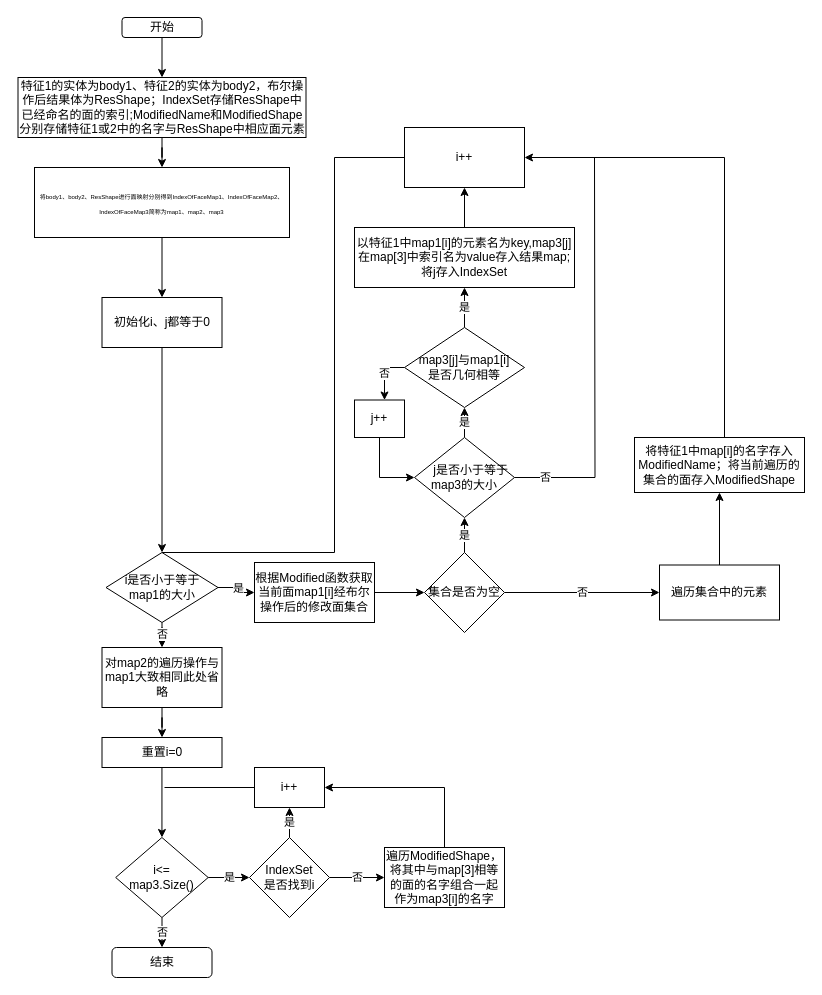
The draw.io diagram 属性传递机制.drawio in liuhuliuhu123/First-test, before the edit. Source tidied: cells renumbered, new cells numbered last; positions are measured from the earlier drawing's top-left corner, leaving out a move shared by most shapes. Both pictures are drawn from the tidied source at 100%, with x=0, y=0 at pixel (18, 17).
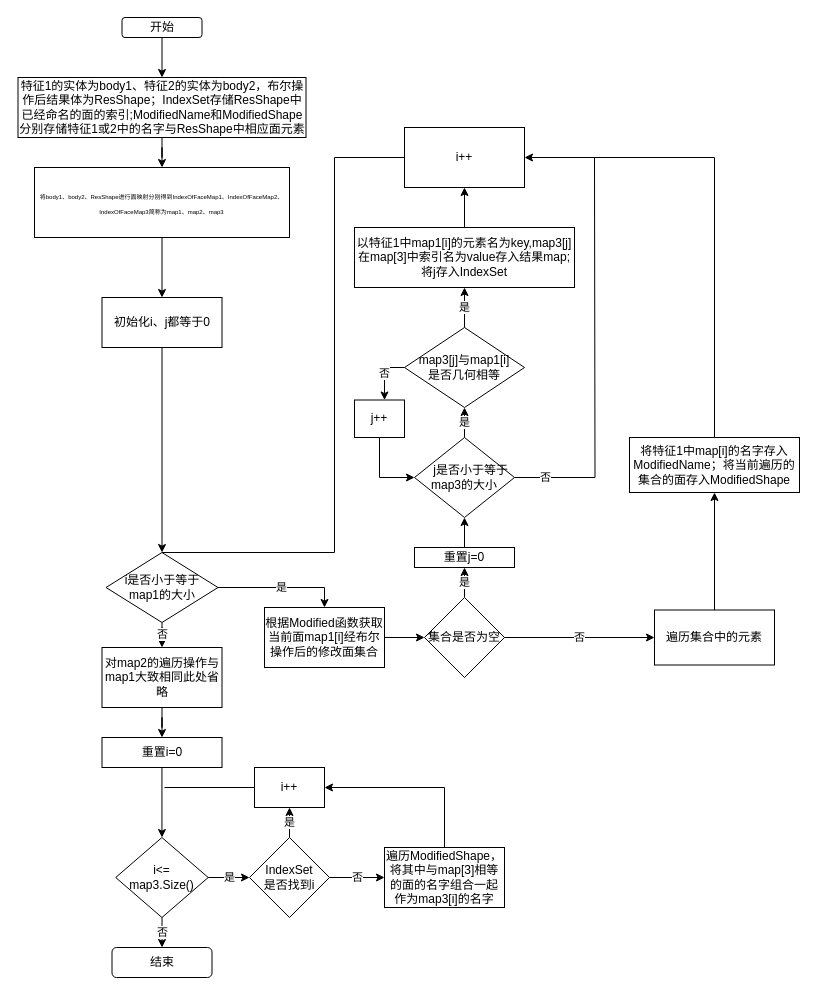
The same page after the edit.

Commit message:
更新属性传递机制.drawio

Unchanged cells that the change refers to:
```xml
<mxCell id="8" value="i是否小于等于&lt;br&gt;map1的大小" style="rhombus;whiteSpace=wrap;html=1;" parent="1" vertex="1">
  <mxGeometry x="87.5" y="535" width="112" height="70" as="geometry" />
</mxCell>
<mxCell id="21" value="i++" style="rounded=0;whiteSpace=wrap;html=1;" parent="1" vertex="1">
  <mxGeometry x="386" y="110" width="120" height="60" as="geometry" />
</mxCell>
<mxCell id="23" value="&amp;nbsp; &amp;nbsp; j是否小于等于&lt;br&gt;map3的大小" style="rhombus;whiteSpace=wrap;html=1;" parent="1" vertex="1">
  <mxGeometry x="396" y="420" width="100" height="80" as="geometry" />
</mxCell>
```

Diff of the diagram source:
```diff
@@
-    <mxCell id="7" value="是" style="edgeStyle=orthogonalEdgeStyle;rounded=0;jettySize=auto;html=1;entryX=0;entryY=0.5;entryDx=0;entryDy=0;" parent="1" edge="1" source="8" target="13">
+    <mxCell id="7" value="是" style="edgeStyle=orthogonalEdgeStyle;rounded=0;jettySize=auto;html=1;entryX=0.5;entryY=0;entryDx=0;entryDy=0;" parent="1" edge="1" source="8" target="13">
       <mxGeometry relative="1" as="geometry" />
     </mxCell>
@@
     <mxCell id="13" value="根据Modified函数获取当前面map1[i]经布尔操作后的修改面集合" style="rounded=0;whiteSpace=wrap;html=1;" parent="1" vertex="1">
-      <mxGeometry x="236" y="545" width="120" height="60" as="geometry" />
+      <mxGeometry x="246" y="590" width="120" height="60" as="geometry" />
     </mxCell>
@@
-    <mxCell id="15" value="是" style="edgeStyle=orthogonalEdgeStyle;rounded=0;jettySize=auto;html=1;entryX=0.5;entryY=1;entryDx=0;entryDy=0;" parent="1" edge="1" source="16" target="23">
+    <mxCell id="15" value="是" style="edgeStyle=orthogonalEdgeStyle;rounded=0;jettySize=auto;html=1;entryX=0.5;entryY=1;entryDx=0;entryDy=0;" parent="1" edge="1" source="16" target="52">
       <mxGeometry relative="1" as="geometry" />
     </mxCell>
     <mxCell id="16" value="集合是否为空" style="rhombus;whiteSpace=wrap;html=1;" parent="1" vertex="1">
-      <mxGeometry x="406" y="535" width="80" height="80" as="geometry" />
+      <mxGeometry x="406" y="580" width="80" height="80" as="geometry" />
     </mxCell>
@@
     <mxCell id="18" value="遍历集合中的元素" style="rounded=0;whiteSpace=wrap;html=1;" parent="1" vertex="1">
-      <mxGeometry x="641" y="547.5" width="120" height="55" as="geometry" />
+      <mxGeometry x="636" y="592.5" width="120" height="55" as="geometry" />
     </mxCell>
@@
-    <mxCell id="30" style="edgeStyle=orthogonalEdgeStyle;rounded=0;jettySize=auto;html=1;entryX=1;entryY=0.5;entryDx=0;entryDy=0;" parent="1" edge="1" source="31" target="21">
+    <mxCell id="30" style="edgeStyle=orthogonalEdgeStyle;rounded=0;jettySize=auto;html=1;entryX=1;entryY=0.5;entryDx=0;entryDy=0;exitX=0.5;exitY=0;exitDx=0;exitDy=0;" parent="1" edge="1" source="31" target="21">
       <mxGeometry relative="1" as="geometry">
         <Array as="points">
-          <mxPoint x="706" y="140" />
+          <mxPoint x="696" y="140" />
         </Array>
       </mxGeometry>
     </mxCell>
     <mxCell id="31" value="将特征1中map[i]的名字存入ModifiedName；将当前遍历的集合的面存入ModifiedShape" style="rounded=0;whiteSpace=wrap;html=1;" parent="1" vertex="1">
-      <mxGeometry x="616" y="420" width="170" height="55" as="geometry" />
+      <mxGeometry x="611" y="420" width="170" height="55" as="geometry" />
     </mxCell>
@@
+    <mxCell id="51" style="edgeStyle=orthogonalEdgeStyle;rounded=0;jettySize=auto;html=1;entryX=0.5;entryY=1;entryDx=0;entryDy=0;" parent="1" edge="1" source="52" target="23">
+      <mxGeometry relative="1" as="geometry" />
+    </mxCell>
+    <mxCell id="52" value="重置j=0" style="rounded=0;whiteSpace=wrap;html=1;" parent="1" vertex="1">
+      <mxGeometry x="396" y="530" width="100" height="20" as="geometry" />
+    </mxCell>
```
